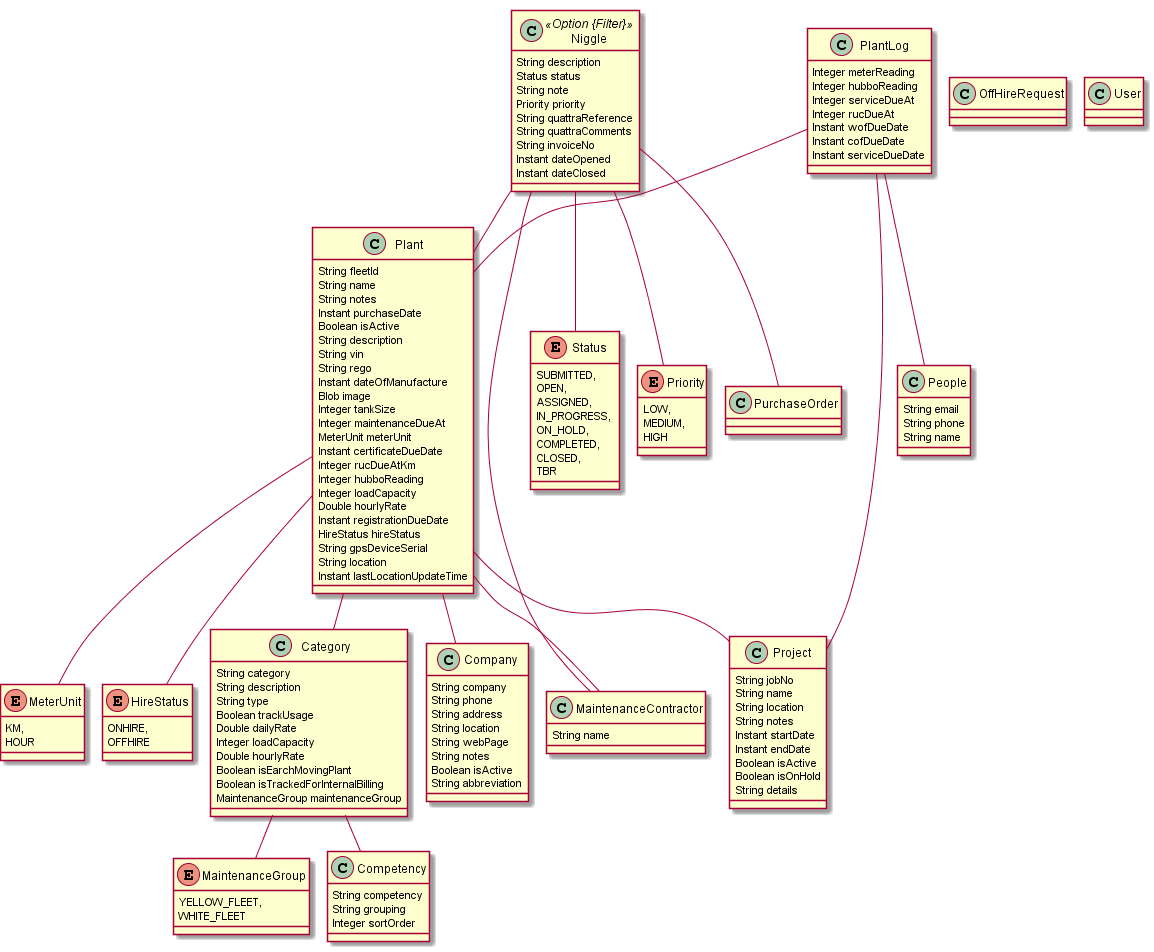
Above: jhipster-jdl.png in LIUTaichen/newShirley (PlantUML), before the change.
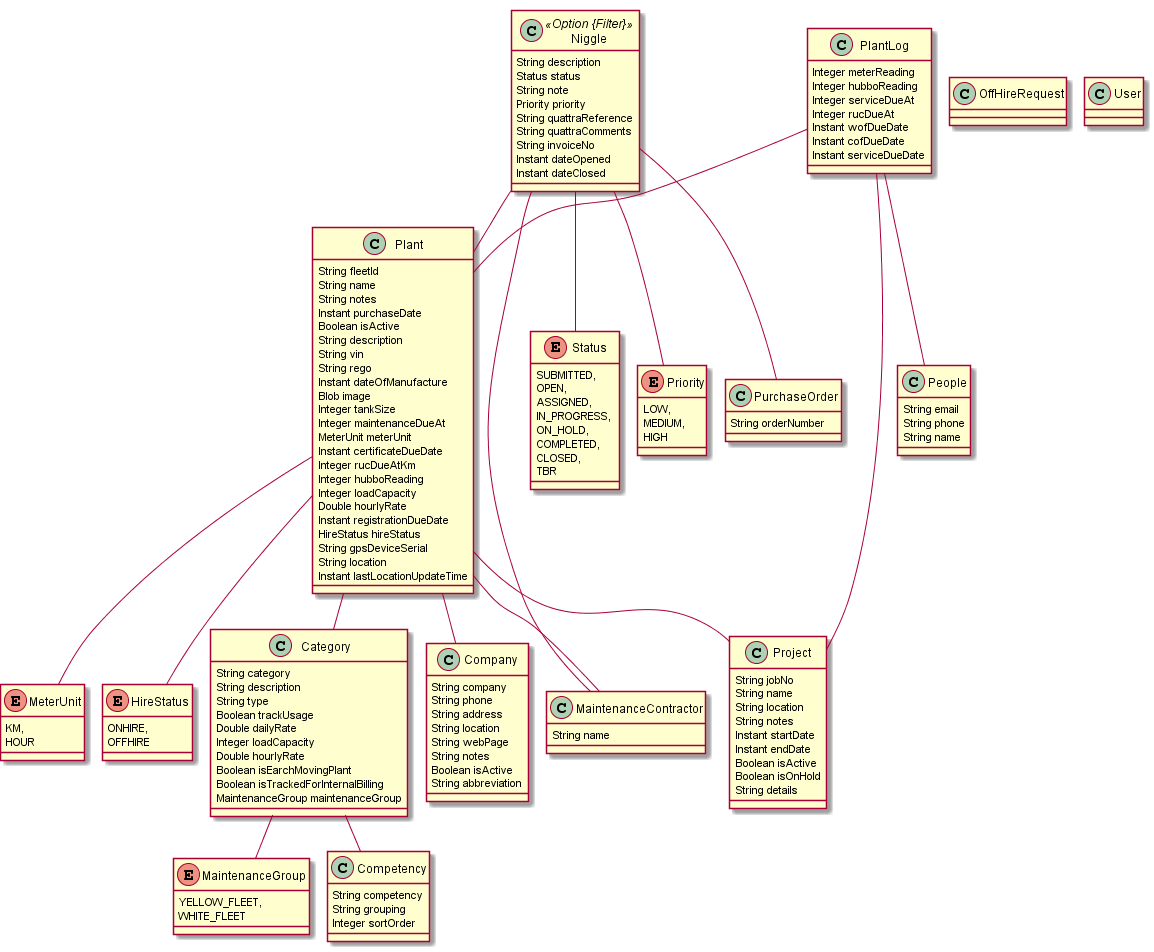
After the change.

Commit message:
add column orderNumber to PurchaseOrder

Diff of the diagram source:
```diff
@@ -123,6 +123,7 @@
 		Instant serviceDueDate
 	}
 	class PurchaseOrder  {
+		String orderNumber
 	}
 	Plant  "category 0..* " o-- "0..1 "  Category
 	Plant  "owner 0..* " o-- "0..1 "  Company
```
